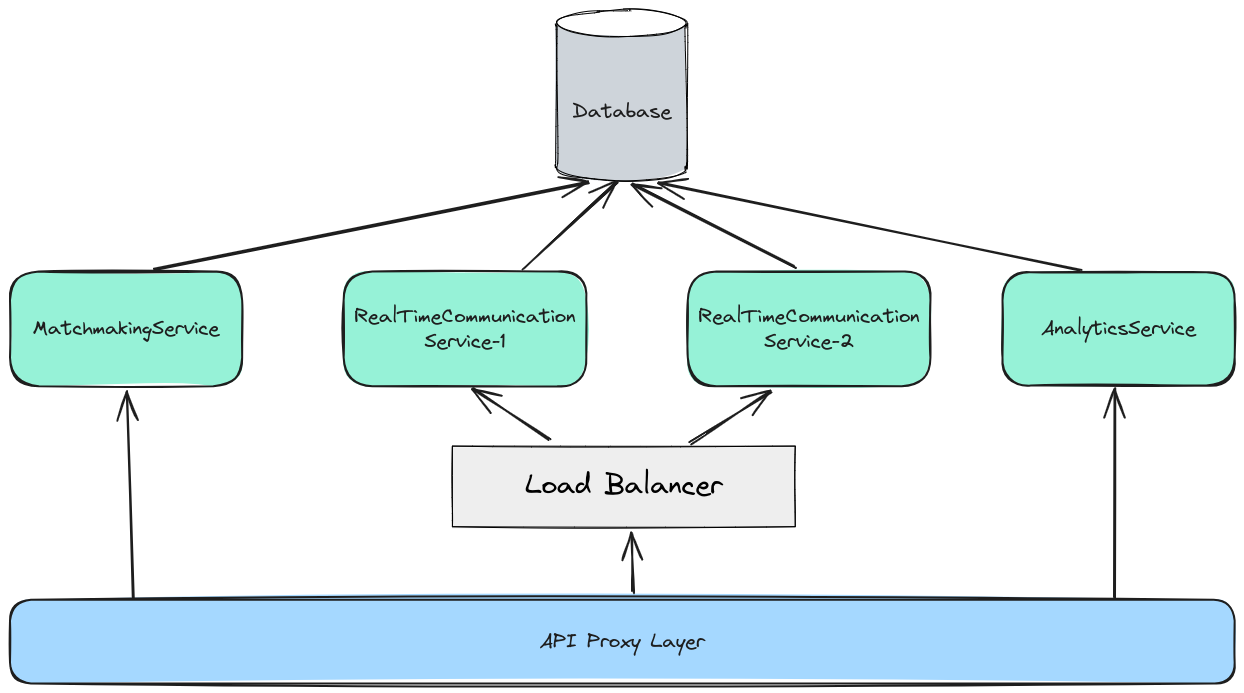
Before: images/iteration-6/load-balancer.excalidraw.png, a diagram exported from Excalidraw (simonhammes/506-software-architecture). Source tidied: one line per element, renumbered; positions are measured from the earlier drawing's top-left corner, leaving out a move shared by most shapes. Its diagram source:
```json
{"id": 0, "type": "line", "strokeColor": "#000000", "backgroundColor": "#ced4da", "fillStyle": "solid", "strokeWidth": 1, "roughness": 1, "round": true, "x": 546, "y": 15, "width": 131, "height": 169, "points": [[0, 0], [0, 128], [0, 142], [7, 148], [30, 154], [70, 155], [107, 153], [128, 146], [130, 141], [131, 129], [130, 11], [130, -1], [121, -7], [104, -10], [63, -13], [31, -12], [6, -5], [0, 0], [0, 0]]}
{"id": 1, "type": "ellipse", "strokeColor": "#000000", "backgroundColor": "#fff", "fillStyle": "solid", "strokeWidth": 1, "roughness": 1, "x": 547, "y": 0, "width": 130, "height": 26}
{"id": 2, "type": "rectangle", "strokeColor": "#1e1e1e", "backgroundColor": "#96f2d7", "fillStyle": "solid", "strokeWidth": 2, "roughness": 1, "round": true, "x": 0, "y": 262, "width": 232, "height": 115}
{"id": 3, "type": "text", "text": "MatchmakingService", "strokeColor": "#1e1e1e", "strokeWidth": 2, "roughness": 1, "fontSize": 20, "fontFamily": 1, "textAlign": "center", "verticalAlign": "middle", "inside": 2, "x": 23, "y": 306, "width": 187, "height": 25}
{"id": 4, "type": "rectangle", "strokeColor": "#1e1e1e", "backgroundColor": "#96f2d7", "fillStyle": "solid", "strokeWidth": 2, "roughness": 1, "round": true, "x": 334, "y": 262, "width": 243, "height": 115}
{"id": 5, "type": "text", "text": "RealTimeCommunication\nService-1", "strokeColor": "#1e1e1e", "strokeWidth": 2, "roughness": 1, "fontSize": 20, "fontFamily": 1, "textAlign": "center", "verticalAlign": "middle", "inside": 4, "x": 344, "y": 294, "width": 221, "height": 50}
{"id": 6, "type": "rectangle", "strokeColor": "#1e1e1e", "backgroundColor": "#96f2d7", "fillStyle": "solid", "strokeWidth": 2, "roughness": 1, "round": true, "x": 993, "y": 262, "width": 232, "height": 113}
{"id": 7, "type": "text", "text": "AnalyticsService", "strokeColor": "#1e1e1e", "strokeWidth": 2, "roughness": 1, "fontSize": 20, "fontFamily": 1, "textAlign": "center", "verticalAlign": "middle", "inside": 6, "x": 1031, "y": 306, "width": 155, "height": 25}
{"id": 8, "type": "rectangle", "strokeColor": "#1e1e1e", "backgroundColor": "#a5d8ff", "fillStyle": "solid", "strokeWidth": 2, "roughness": 1, "round": true, "x": 0, "y": 590, "width": 1225, "height": 84}
{"id": 9, "type": "text", "text": "API Proxy Layer", "strokeColor": "#1e1e1e", "strokeWidth": 2, "roughness": 1, "fontSize": 20, "fontFamily": 1, "textAlign": "center", "verticalAlign": "middle", "inside": 8, "x": 530, "y": 619, "width": 165, "height": 25}
{"id": 10, "type": "arrow", "strokeColor": "#1e1e1e", "strokeWidth": 2, "roughness": 1, "endArrowhead": "arrow", "round": true, "from": 8, "to": 2, "x": 123, "y": 589, "width": 7, "height": 207, "points": [[0, 0], [-7, -207]]}
{"id": 11, "type": "arrow", "strokeColor": "#1e1e1e", "strokeWidth": 2, "roughness": 1, "endArrowhead": "arrow", "round": true, "from": 8, "to": 6, "x": 1104, "y": 589, "width": 0, "height": 209, "points": [[0, 0], [0, -209]]}
{"id": 12, "type": "arrow", "strokeColor": "#1e1e1e", "strokeWidth": 2, "roughness": 1, "endArrowhead": "arrow", "round": true, "from": 2, "x": 144, "y": 260, "width": 434, "height": 88, "points": [[0, 0], [434, -88]]}
{"id": 13, "type": "text", "text": "Database", "strokeColor": "#1e1e1e", "strokeWidth": 2, "roughness": 1, "fontSize": 20, "fontFamily": 1, "x": 562, "y": 89, "width": 99, "height": 25}
{"id": 14, "type": "arrow", "strokeColor": "#1e1e1e", "strokeWidth": 2, "roughness": 1, "endArrowhead": "arrow", "round": true, "from": 4, "x": 514, "y": 260, "width": 94, "height": 87, "points": [[0, 0], [94, -87]]}
{"id": 15, "type": "arrow", "strokeColor": "#1e1e1e", "strokeWidth": 2, "roughness": 1, "endArrowhead": "arrow", "round": true, "from": 6, "x": 1071, "y": 260, "width": 423, "height": 86, "points": [[0, 0], [-423, -86]]}
{"id": 16, "type": "rectangle", "strokeColor": "#1e1e1e", "backgroundColor": "#96f2d7", "fillStyle": "solid", "strokeWidth": 2, "roughness": 1, "round": true, "x": 678, "y": 262, "width": 243, "height": 115}
{"id": 17, "type": "text", "text": "RealTimeCommunication\nService-2", "strokeColor": "#1e1e1e", "strokeWidth": 2, "roughness": 1, "fontSize": 20, "fontFamily": 1, "textAlign": "center", "verticalAlign": "middle", "inside": 16, "x": 689, "y": 294, "width": 221, "height": 50}
{"id": 18, "type": "arrow", "strokeColor": "#1e1e1e", "strokeWidth": 2, "roughness": 1, "endArrowhead": "arrow", "round": true, "from": 16, "x": 785, "y": 257, "width": 162, "height": 83, "points": [[0, 0], [-162, -83]]}
{"id": 19, "type": "rectangle", "strokeColor": "#000000", "backgroundColor": "#eeeeee", "fillStyle": "solid", "strokeWidth": 1, "roughness": 1, "x": 442, "y": 436, "width": 343, "height": 81}
{"id": 20, "type": "text", "text": "Load Balancer", "strokeColor": "#000000", "strokeWidth": 1, "roughness": 1, "fontSize": 27.55, "fontFamily": 1, "textAlign": "center", "x": 515, "y": 458, "width": 197, "height": 37}
{"id": 21, "type": "arrow", "strokeColor": "#1e1e1e", "strokeWidth": 2, "roughness": 1, "endArrowhead": "arrow", "round": true, "from": 8, "to": 19, "x": 623, "y": 582, "width": 0, "height": 58, "points": [[0, 0], [0, -58]]}
{"id": 22, "type": "arrow", "strokeColor": "#1e1e1e", "strokeWidth": 2, "roughness": 1, "endArrowhead": "arrow", "round": true, "from": 19, "to": 4, "x": 539, "y": 430, "width": 75, "height": 51, "points": [[0, 0], [-75, -51]]}
{"id": 23, "type": "arrow", "strokeColor": "#1e1e1e", "strokeWidth": 2, "roughness": 1, "endArrowhead": "arrow", "round": true, "from": 19, "to": 16, "x": 680, "y": 433, "width": 82, "height": 51, "points": [[0, 0], [82, -51]]}
```
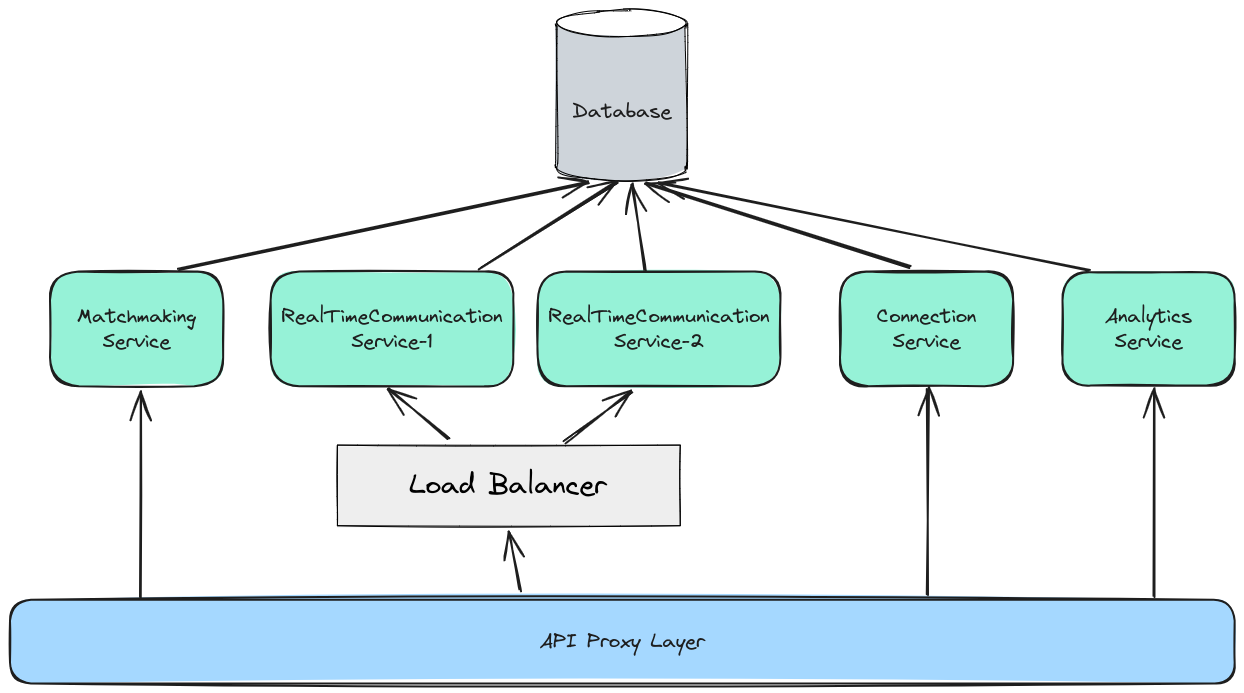
Above is the later version.

The edit, as a diff of the source:
```diff
@@ -1,24 +1,28 @@
 {"id": 0, "type": "line", "strokeColor": "#000000", "backgroundColor": "#ced4da", "fillStyle": "solid", "strokeWidth": 1, "roughness": 1, "round": true, "x": 546, "y": 15, "width": 131, "height": 169, "points": [[0, 0], [0, 128], [0, 142], [7, 148], [30, 154], [70, 155], [107, 153], [128, 146], [130, 141], [131, 129], [130, 11], [130, -1], [121, -7], [104, -10], [63, -13], [31, -12], [6, -5], [0, 0], [0, 0]]}
 {"id": 1, "type": "ellipse", "strokeColor": "#000000", "backgroundColor": "#fff", "fillStyle": "solid", "strokeWidth": 1, "roughness": 1, "x": 547, "y": 0, "width": 130, "height": 26}
-{"id": 2, "type": "rectangle", "strokeColor": "#1e1e1e", "backgroundColor": "#96f2d7", "fillStyle": "solid", "strokeWidth": 2, "roughness": 1, "round": true, "x": 0, "y": 262, "width": 232, "height": 115}
+{"id": 2, "type": "rectangle", "strokeColor": "#1e1e1e", "backgroundColor": "#96f2d7", "fillStyle": "solid", "strokeWidth": 2, "roughness": 1, "round": true, "x": 40, "y": 262, "width": 173, "height": 115}
-{"id": 3, "type": "text", "text": "MatchmakingService", "strokeColor": "#1e1e1e", "strokeWidth": 2, "roughness": 1, "fontSize": 20, "fontFamily": 1, "textAlign": "center", "verticalAlign": "middle", "inside": 2, "x": 23, "y": 306, "width": 187, "height": 25}
+{"id": 3, "type": "text", "text": "Matchmaking\nService", "strokeColor": "#1e1e1e", "strokeWidth": 2, "roughness": 1, "fontSize": 20, "fontFamily": 1, "textAlign": "center", "verticalAlign": "middle", "inside": 2, "x": 67, "y": 294, "width": 119, "height": 50}
+{"id": 24, "type": "rectangle", "strokeColor": "#1e1e1e", "backgroundColor": "#96f2d7", "fillStyle": "solid", "strokeWidth": 2, "roughness": 1, "round": true, "x": 830, "y": 262, "width": 173, "height": 115}
+{"id": 25, "type": "text", "text": "Connection\nService", "strokeColor": "#1e1e1e", "strokeWidth": 2, "roughness": 1, "fontSize": 20, "fontFamily": 1, "textAlign": "center", "verticalAlign": "middle", "inside": 24, "x": 867, "y": 294, "width": 100, "height": 50}
-{"id": 4, "type": "rectangle", "strokeColor": "#1e1e1e", "backgroundColor": "#96f2d7", "fillStyle": "solid", "strokeWidth": 2, "roughness": 1, "round": true, "x": 334, "y": 262, "width": 243, "height": 115}
+{"id": 4, "type": "rectangle", "strokeColor": "#1e1e1e", "backgroundColor": "#96f2d7", "fillStyle": "solid", "strokeWidth": 2, "roughness": 1, "round": true, "x": 261, "y": 262, "width": 243, "height": 115}
-{"id": 5, "type": "text", "text": "RealTimeCommunication\nService-1", "strokeColor": "#1e1e1e", "strokeWidth": 2, "roughness": 1, "fontSize": 20, "fontFamily": 1, "textAlign": "center", "verticalAlign": "middle", "inside": 4, "x": 344, "y": 294, "width": 221, "height": 50}
+{"id": 5, "type": "text", "text": "RealTimeCommunication\nService-1", "strokeColor": "#1e1e1e", "strokeWidth": 2, "roughness": 1, "fontSize": 20, "fontFamily": 1, "textAlign": "center", "verticalAlign": "middle", "inside": 4, "x": 271, "y": 294, "width": 221, "height": 50}
-{"id": 6, "type": "rectangle", "strokeColor": "#1e1e1e", "backgroundColor": "#96f2d7", "fillStyle": "solid", "strokeWidth": 2, "roughness": 1, "round": true, "x": 993, "y": 262, "width": 232, "height": 113}
+{"id": 6, "type": "rectangle", "strokeColor": "#1e1e1e", "backgroundColor": "#96f2d7", "fillStyle": "solid", "strokeWidth": 2, "roughness": 1, "round": true, "x": 1053, "y": 262, "width": 172, "height": 113}
-{"id": 7, "type": "text", "text": "AnalyticsService", "strokeColor": "#1e1e1e", "strokeWidth": 2, "roughness": 1, "fontSize": 20, "fontFamily": 1, "textAlign": "center", "verticalAlign": "middle", "inside": 6, "x": 1031, "y": 306, "width": 155, "height": 25}
+{"id": 7, "type": "text", "text": "Analytics\nService", "strokeColor": "#1e1e1e", "strokeWidth": 2, "roughness": 1, "fontSize": 20, "fontFamily": 1, "textAlign": "center", "verticalAlign": "middle", "inside": 6, "x": 1095, "y": 294, "width": 87, "height": 50}
 {"id": 8, "type": "rectangle", "strokeColor": "#1e1e1e", "backgroundColor": "#a5d8ff", "fillStyle": "solid", "strokeWidth": 2, "roughness": 1, "round": true, "x": 0, "y": 590, "width": 1225, "height": 84}
 {"id": 9, "type": "text", "text": "API Proxy Layer", "strokeColor": "#1e1e1e", "strokeWidth": 2, "roughness": 1, "fontSize": 20, "fontFamily": 1, "textAlign": "center", "verticalAlign": "middle", "inside": 8, "x": 530, "y": 619, "width": 165, "height": 25}
-{"id": 10, "type": "arrow", "strokeColor": "#1e1e1e", "strokeWidth": 2, "roughness": 1, "endArrowhead": "arrow", "round": true, "from": 8, "to": 2, "x": 123, "y": 589, "width": 7, "height": 207, "points": [[0, 0], [-7, -207]]}
+{"id": 10, "type": "arrow", "strokeColor": "#1e1e1e", "strokeWidth": 2, "roughness": 1, "endArrowhead": "arrow", "round": true, "from": 8, "to": 2, "x": 130, "y": 589, "width": 0, "height": 207, "points": [[0, 0], [0, -207]]}
+{"id": 26, "type": "arrow", "strokeColor": "#1e1e1e", "strokeWidth": 2, "roughness": 1, "endArrowhead": "arrow", "round": true, "from": 8, "to": 24, "x": 918, "y": 585, "width": 0, "height": 207, "points": [[0, 0], [0, -207]]}
-{"id": 11, "type": "arrow", "strokeColor": "#1e1e1e", "strokeWidth": 2, "roughness": 1, "endArrowhead": "arrow", "round": true, "from": 8, "to": 6, "x": 1104, "y": 589, "width": 0, "height": 209, "points": [[0, 0], [0, -209]]}
+{"id": 11, "type": "arrow", "strokeColor": "#1e1e1e", "strokeWidth": 2, "roughness": 1, "endArrowhead": "arrow", "round": true, "from": 8, "to": 6, "x": 1144, "y": 587, "width": 0, "height": 208, "points": [[0, 0], [0, -208]]}
-{"id": 12, "type": "arrow", "strokeColor": "#1e1e1e", "strokeWidth": 2, "roughness": 1, "endArrowhead": "arrow", "round": true, "from": 2, "x": 144, "y": 260, "width": 434, "height": 88, "points": [[0, 0], [434, -88]]}
+{"id": 12, "type": "arrow", "strokeColor": "#1e1e1e", "strokeWidth": 2, "roughness": 1, "endArrowhead": "arrow", "round": true, "from": 2, "x": 168, "y": 260, "width": 410, "height": 88, "points": [[0, 0], [410, -88]]}
 {"id": 13, "type": "text", "text": "Database", "strokeColor": "#1e1e1e", "strokeWidth": 2, "roughness": 1, "fontSize": 20, "fontFamily": 1, "x": 562, "y": 89, "width": 99, "height": 25}
-{"id": 14, "type": "arrow", "strokeColor": "#1e1e1e", "strokeWidth": 2, "roughness": 1, "endArrowhead": "arrow", "round": true, "from": 4, "x": 514, "y": 260, "width": 94, "height": 87, "points": [[0, 0], [94, -87]]}
+{"id": 14, "type": "arrow", "strokeColor": "#1e1e1e", "strokeWidth": 2, "roughness": 1, "endArrowhead": "arrow", "round": true, "from": 4, "x": 470, "y": 260, "width": 138, "height": 87, "points": [[0, 0], [138, -87]]}
-{"id": 15, "type": "arrow", "strokeColor": "#1e1e1e", "strokeWidth": 2, "roughness": 1, "endArrowhead": "arrow", "round": true, "from": 6, "x": 1071, "y": 260, "width": 423, "height": 86, "points": [[0, 0], [-423, -86]]}
+{"id": 15, "type": "arrow", "strokeColor": "#1e1e1e", "strokeWidth": 2, "roughness": 1, "endArrowhead": "arrow", "round": true, "from": 6, "x": 1079, "y": 260, "width": 431, "height": 86, "points": [[0, 0], [-431, -86]]}
-{"id": 16, "type": "rectangle", "strokeColor": "#1e1e1e", "backgroundColor": "#96f2d7", "fillStyle": "solid", "strokeWidth": 2, "roughness": 1, "round": true, "x": 678, "y": 262, "width": 243, "height": 115}
+{"id": 16, "type": "rectangle", "strokeColor": "#1e1e1e", "backgroundColor": "#96f2d7", "fillStyle": "solid", "strokeWidth": 2, "roughness": 1, "round": true, "x": 528, "y": 262, "width": 243, "height": 115}
-{"id": 17, "type": "text", "text": "RealTimeCommunication\nService-2", "strokeColor": "#1e1e1e", "strokeWidth": 2, "roughness": 1, "fontSize": 20, "fontFamily": 1, "textAlign": "center", "verticalAlign": "middle", "inside": 16, "x": 689, "y": 294, "width": 221, "height": 50}
+{"id": 17, "type": "text", "text": "RealTimeCommunication\nService-2", "strokeColor": "#1e1e1e", "strokeWidth": 2, "roughness": 1, "fontSize": 20, "fontFamily": 1, "textAlign": "center", "verticalAlign": "middle", "inside": 16, "x": 539, "y": 294, "width": 221, "height": 50}
-{"id": 18, "type": "arrow", "strokeColor": "#1e1e1e", "strokeWidth": 2, "roughness": 1, "endArrowhead": "arrow", "round": true, "from": 16, "x": 785, "y": 257, "width": 162, "height": 83, "points": [[0, 0], [-162, -83]]}
+{"id": 18, "type": "arrow", "strokeColor": "#1e1e1e", "strokeWidth": 2, "roughness": 1, "endArrowhead": "arrow", "round": true, "from": 16, "x": 635, "y": 261, "width": 12, "height": 87, "points": [[0, 0], [-12, -87]]}
-{"id": 19, "type": "rectangle", "strokeColor": "#000000", "backgroundColor": "#eeeeee", "fillStyle": "solid", "strokeWidth": 1, "roughness": 1, "x": 442, "y": 436, "width": 343, "height": 81}
+{"id": 19, "type": "rectangle", "strokeColor": "#000000", "backgroundColor": "#eeeeee", "fillStyle": "solid", "strokeWidth": 1, "roughness": 1, "x": 327, "y": 435, "width": 343, "height": 81}
-{"id": 20, "type": "text", "text": "Load Balancer", "strokeColor": "#000000", "strokeWidth": 1, "roughness": 1, "fontSize": 27.55, "fontFamily": 1, "textAlign": "center", "x": 515, "y": 458, "width": 197, "height": 37}
+{"id": 20, "type": "text", "text": "Load Balancer", "strokeColor": "#000000", "strokeWidth": 1, "roughness": 1, "fontSize": 27.55, "fontFamily": 1, "textAlign": "center", "x": 399, "y": 458, "width": 197, "height": 37}
-{"id": 21, "type": "arrow", "strokeColor": "#1e1e1e", "strokeWidth": 2, "roughness": 1, "endArrowhead": "arrow", "round": true, "from": 8, "to": 19, "x": 623, "y": 582, "width": 0, "height": 58, "points": [[0, 0], [0, -58]]}
+{"id": 21, "type": "arrow", "strokeColor": "#1e1e1e", "strokeWidth": 2, "roughness": 1, "endArrowhead": "arrow", "round": true, "from": 8, "to": 19, "x": 510, "y": 580, "width": 10, "height": 57, "points": [[0, 0], [-10, -57]]}
-{"id": 22, "type": "arrow", "strokeColor": "#1e1e1e", "strokeWidth": 2, "roughness": 1, "endArrowhead": "arrow", "round": true, "from": 19, "to": 4, "x": 539, "y": 430, "width": 75, "height": 51, "points": [[0, 0], [-75, -51]]}
+{"id": 22, "type": "arrow", "strokeColor": "#1e1e1e", "strokeWidth": 2, "roughness": 1, "endArrowhead": "arrow", "round": true, "from": 19, "to": 4, "x": 438, "y": 429, "width": 59, "height": 50, "points": [[0, 0], [-59, -50]]}
-{"id": 23, "type": "arrow", "strokeColor": "#1e1e1e", "strokeWidth": 2, "roughness": 1, "endArrowhead": "arrow", "round": true, "from": 19, "to": 16, "x": 680, "y": 433, "width": 82, "height": 51, "points": [[0, 0], [82, -51]]}
+{"id": 23, "type": "arrow", "strokeColor": "#1e1e1e", "strokeWidth": 2, "roughness": 1, "endArrowhead": "arrow", "round": true, "from": 19, "to": 16, "x": 554, "y": 432, "width": 69, "height": 50, "points": [[0, 0], [69, -50]]}
+{"id": 27, "type": "arrow", "strokeColor": "#1e1e1e", "strokeWidth": 2, "roughness": 1, "endArrowhead": "arrow", "round": true, "from": 24, "x": 900, "y": 257, "width": 264, "height": 84, "points": [[0, 0], [-264, -84]]}
```
